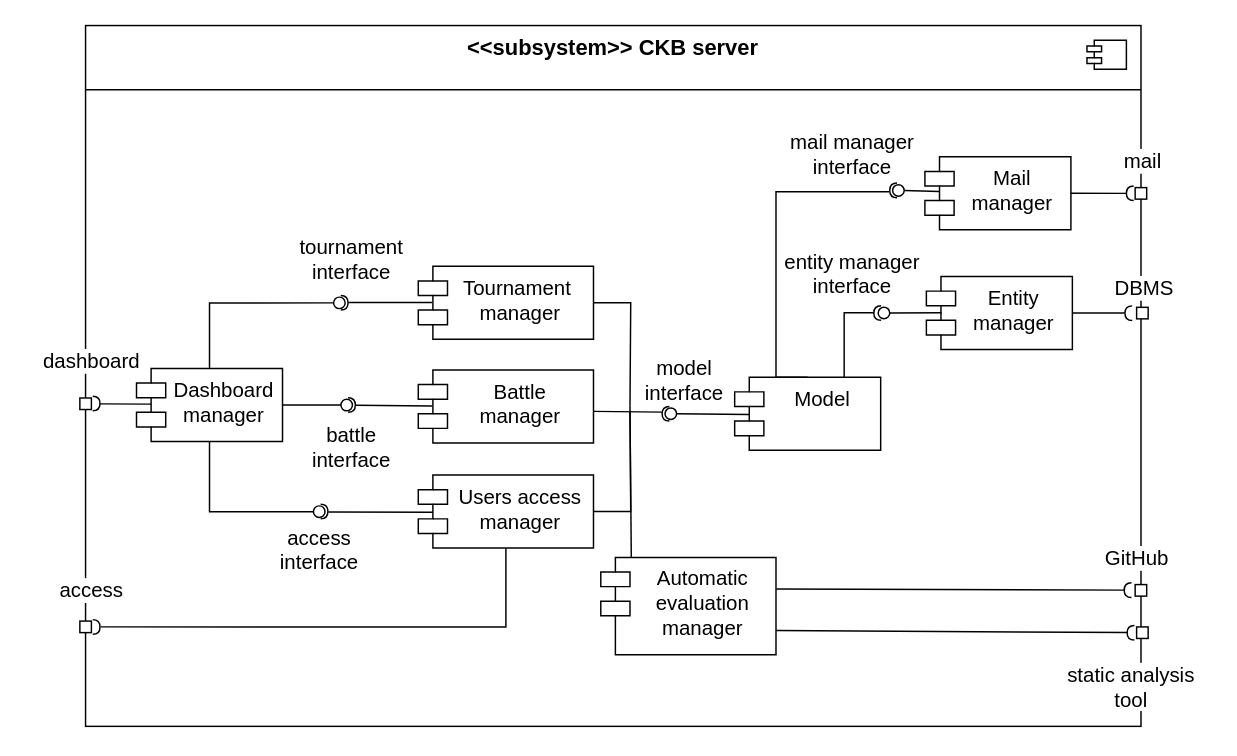
Before: page "component view" (3 of 5) of diagrams/architecture/hl-system.drawio in mttcrn/software-engineering-II-project, a draw.io diagram. Source tidied: cells renumbered, new cells numbered last; positions are measured from the earlier drawing's top-left corner, leaving out a move shared by most shapes. Both pictures are drawn from the tidied source at 146%, with x=0, y=0 at pixel (23, 25).
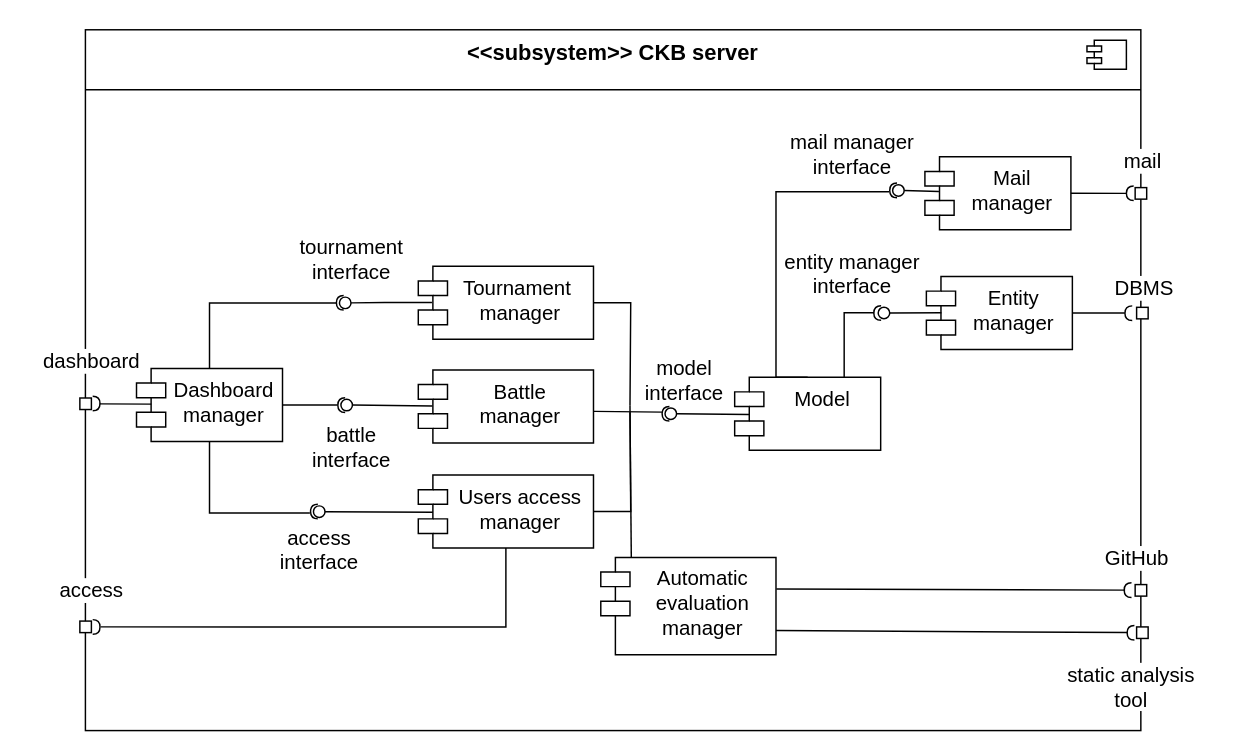
The same page after the edit.

Unchanged cells that the change refers to:
```xml
<mxCell id="12" value="Dashboard manager" style="shape=module;align=center;spacingLeft=20;align=center;verticalAlign=top;whiteSpace=wrap;html=1;fontSize=14;" parent="1" vertex="1">
  <mxGeometry x="77" y="234.9" width="100" height="50" as="geometry" />
</mxCell>
<mxCell id="14" value="Tournament&amp;nbsp;&lt;br style=&quot;font-size: 14px;&quot;&gt;manager" style="shape=module;align=center;spacingLeft=20;align=center;verticalAlign=top;whiteSpace=wrap;html=1;fontSize=14;" parent="1" vertex="1">
  <mxGeometry x="270" y="164.9" width="120" height="50" as="geometry" />
</mxCell>
<mxCell id="15" value="Battle &lt;br style=&quot;font-size: 14px;&quot;&gt;manager" style="shape=module;align=center;spacingLeft=20;align=center;verticalAlign=top;whiteSpace=wrap;html=1;fontSize=14;" parent="1" vertex="1">
  <mxGeometry x="270" y="235.9" width="120" height="50" as="geometry" />
</mxCell>
<mxCell id="19" style="ellipse;html=1;fontSize=14;" parent="1" vertex="1">
  <mxGeometry x="198.2" y="329" width="7.9" height="7.9" as="geometry" />
</mxCell>
<mxCell id="52" value="Users access&lt;br style=&quot;font-size: 14px;&quot;&gt;manager" style="shape=module;align=center;spacingLeft=20;align=center;verticalAlign=top;whiteSpace=wrap;html=1;fontSize=14;" parent="1" vertex="1">
  <mxGeometry x="270" y="307.9" width="120" height="50" as="geometry" />
</mxCell>
<mxCell id="53" style="ellipse;html=1;fontSize=14;" parent="1" vertex="1">
  <mxGeometry x="217" y="256" width="7.9" height="7.9" as="geometry" />
</mxCell>
```

Diff of the diagram source:
```diff
@@
     <mxCell id="2" value="&lt;&lt;subsystem&gt;&gt; CKB server" style="fontStyle=1;align=center;verticalAlign=top;horizontal=1;fontSize=15;" parent="1" vertex="1">
-      <mxGeometry x="42.1" width="722.9" height="480" as="geometry" />
+      <mxGeometry x="42" y="2.9" width="722.9" height="480" as="geometry" />
     </mxCell>
@@
-    <mxCell id="9" style="rounded=0;jettySize=auto;html=1;exitX=0.5;exitY=1;exitDx=0;exitDy=0;endArrow=none;endFill=0;entryX=0;entryY=0.5;entryDx=0;entryDy=0;edgeStyle=orthogonalEdgeStyle;fontSize=14;" parent="1" edge="1" source="12" target="19">
+    <mxCell id="9" style="rounded=0;jettySize=auto;html=1;exitX=0.5;exitY=1;exitDx=0;exitDy=0;endArrow=none;endFill=0;entryX=1.085;entryY=0.594;entryDx=0;entryDy=0;edgeStyle=orthogonalEdgeStyle;fontSize=14;entryPerimeter=0;" parent="1" edge="1" source="12" target="49">
       <mxGeometry relative="1" as="geometry" />
     </mxCell>
-    <mxCell id="10" style="edgeStyle=orthogonalEdgeStyle;rounded=0;jettySize=auto;html=1;exitX=1;exitY=0.5;exitDx=0;exitDy=0;entryX=0;entryY=0.5;entryDx=0;entryDy=0;endArrow=none;endFill=0;fontSize=14;" parent="1" edge="1" source="12" target="53">
+    <mxCell id="10" style="edgeStyle=orthogonalEdgeStyle;rounded=0;jettySize=auto;html=1;exitX=1;exitY=0.5;exitDx=0;exitDy=0;entryX=1.038;entryY=0.415;entryDx=0;entryDy=0;endArrow=none;endFill=0;fontSize=14;entryPerimeter=0;" parent="1" edge="1" source="12" target="54">
       <mxGeometry relative="1" as="geometry" />
     </mxCell>
-    <mxCell id="11" style="edgeStyle=orthogonalEdgeStyle;rounded=0;jettySize=auto;html=1;exitX=0.5;exitY=0;exitDx=0;exitDy=0;entryX=0;entryY=0.5;entryDx=0;entryDy=0;endArrow=none;endFill=0;fontSize=14;" parent="1" edge="1" source="12" target="58">
+    <mxCell id="11" style="edgeStyle=orthogonalEdgeStyle;rounded=0;jettySize=auto;html=1;exitX=0.5;exitY=0;exitDx=0;exitDy=0;entryX=1.033;entryY=0.511;entryDx=0;entryDy=0;endArrow=none;endFill=0;fontSize=14;entryPerimeter=0;" parent="1" edge="1" source="12" target="59">
       <mxGeometry relative="1" as="geometry" />
     </mxCell>
@@
-    <mxCell id="49" style="shape=requiredInterface;html=1;fontSize=14;align=center;fillColor=none;points=[];verticalAlign=bottom;labelPosition=center;verticalLabelPosition=top;flipH=1;rotation=-180;" parent="1" vertex="1">
-      <mxGeometry x="203.1" y="327.9" width="5" height="10" as="geometry" />
+    <mxCell id="49" style="shape=requiredInterface;html=1;fontSize=14;align=center;fillColor=none;points=[];verticalAlign=bottom;labelPosition=center;verticalLabelPosition=top;flipH=1;rotation=0;" parent="1" vertex="1">
+      <mxGeometry x="196.2" y="327.9" width="5" height="10" as="geometry" />
     </mxCell>
-    <mxCell id="50" style="rounded=0;jettySize=auto;html=1;exitX=0.087;exitY=0.509;exitDx=0;exitDy=0;entryX=1.055;entryY=0.473;entryDx=0;entryDy=0;entryPerimeter=0;endArrow=none;endFill=0;exitPerimeter=0;fontSize=14;" parent="1" edge="1" source="52" target="49">
+    <mxCell id="50" style="rounded=0;jettySize=auto;html=1;exitX=0.087;exitY=0.509;exitDx=0;exitDy=0;entryX=1;entryY=0.5;entryDx=0;entryDy=0;endArrow=none;endFill=0;exitPerimeter=0;fontSize=14;" parent="1" edge="1" source="52" target="19">
       <mxGeometry relative="1" as="geometry" />
     </mxCell>
@@
-    <mxCell id="54" style="shape=requiredInterface;html=1;fontSize=14;align=center;fillColor=none;points=[];verticalAlign=bottom;labelPosition=center;verticalLabelPosition=top;flipH=1;rotation=-180;" parent="1" vertex="1">
-      <mxGeometry x="221.9" y="254.9" width="5" height="10" as="geometry" />
+    <mxCell id="54" style="shape=requiredInterface;html=1;fontSize=14;align=center;fillColor=none;points=[];verticalAlign=bottom;labelPosition=center;verticalLabelPosition=top;flipH=1;rotation=0;" parent="1" vertex="1">
+      <mxGeometry x="214.9" y="255" width="5" height="10" as="geometry" />
     </mxCell>
-    <mxCell id="55" style="rounded=0;jettySize=auto;html=1;exitX=0.08;exitY=0.494;exitDx=0;exitDy=0;exitPerimeter=0;endArrow=none;endFill=0;fontSize=14;" parent="1" edge="1" source="15">
-      <mxGeometry relative="1" as="geometry">
-        <mxPoint x="227" y="260" as="targetPoint" />
-      </mxGeometry>
+    <mxCell id="55" style="rounded=0;jettySize=auto;html=1;exitX=0.08;exitY=0.494;exitDx=0;exitDy=0;exitPerimeter=0;endArrow=none;endFill=0;fontSize=14;entryX=1;entryY=0.5;entryDx=0;entryDy=0;" parent="1" edge="1" source="15" target="53">
+      <mxGeometry relative="1" as="geometry" />
     </mxCell>
@@
     <mxCell id="58" style="ellipse;html=1;fontSize=14;" parent="1" vertex="1">
-      <mxGeometry x="212" y="186" width="7.9" height="7.9" as="geometry" />
+      <mxGeometry x="216" y="186" width="7.9" height="7.9" as="geometry" />
     </mxCell>
-    <mxCell id="59" style="shape=requiredInterface;html=1;fontSize=14;align=center;fillColor=none;points=[];verticalAlign=bottom;labelPosition=center;verticalLabelPosition=top;flipH=1;rotation=-180;" parent="1" vertex="1">
-      <mxGeometry x="216.9" y="184.9" width="5" height="10" as="geometry" />
+    <mxCell id="59" style="shape=requiredInterface;html=1;fontSize=14;align=center;fillColor=none;points=[];verticalAlign=bottom;labelPosition=center;verticalLabelPosition=top;flipH=1;rotation=0;" parent="1" vertex="1">
+      <mxGeometry x="213.9" y="184.9" width="5" height="10" as="geometry" />
     </mxCell>
-    <mxCell id="60" style="edgeStyle=orthogonalEdgeStyle;rounded=0;jettySize=auto;html=1;entryX=0.975;entryY=0.524;entryDx=0;entryDy=0;entryPerimeter=0;endArrow=none;endFill=0;exitX=0.078;exitY=0.495;exitDx=0;exitDy=0;exitPerimeter=0;fontSize=14;" parent="1" edge="1" source="14" target="59">
+    <mxCell id="60" style="edgeStyle=orthogonalEdgeStyle;rounded=0;jettySize=auto;html=1;entryX=1;entryY=0.5;entryDx=0;entryDy=0;endArrow=none;endFill=0;exitX=0.078;exitY=0.495;exitDx=0;exitDy=0;exitPerimeter=0;fontSize=14;" parent="1" edge="1" source="14" target="58">
       <mxGeometry relative="1" as="geometry" />
     </mxCell>
```
